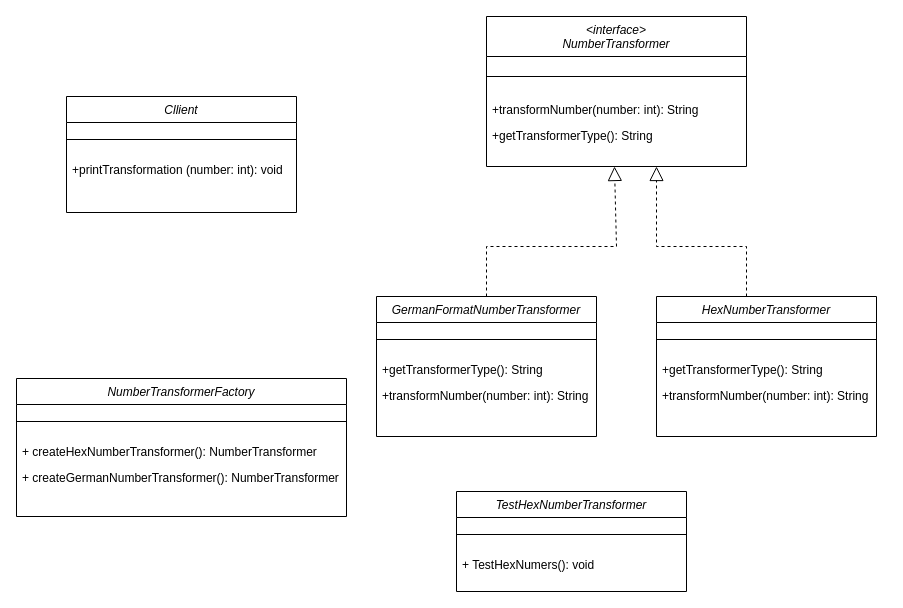
The draw.io diagram Uebung1/UML_Uebung1.drawio in Software-Engineering-Team-HBRS/uebungsaufgaben, before the edit. Source tidied: cells renumbered, new cells numbered last; positions are measured from the earlier drawing's top-left corner, leaving out a move shared by most shapes. Both pictures are drawn from the tidied source at 100%, with x=0, y=0 at pixel (16, 16).
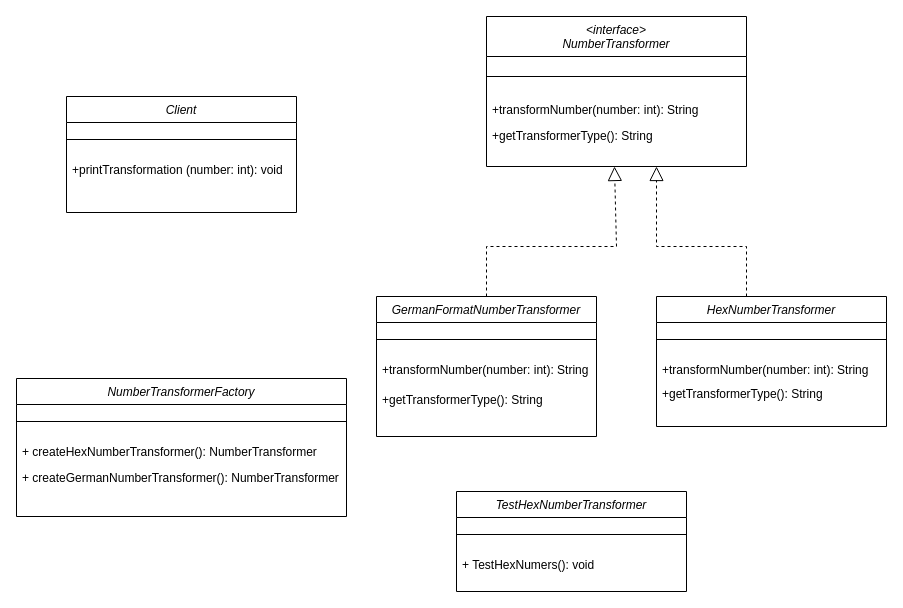
After the change.

Unchanged cells that the change refers to:
```xml
<mxCell id="13" value="GermanFormatNumberTransformer" style="swimlane;fontStyle=2;align=center;verticalAlign=top;horizontal=1;startSize=26;rounded=0;shadow=0;strokeWidth=1;" parent="1" vertex="1">
  <mxGeometry x="360" y="280" width="220" height="140" as="geometry" />
</mxCell>
```

Diff of the diagram source:
```diff
@@
-    <mxCell id="2" value="Cllient" style="swimlane;fontStyle=2;align=center;verticalAlign=top;horizontal=1;startSize=26;rounded=0;shadow=0;strokeWidth=1;" parent="1" vertex="1">
+    <mxCell id="2" value="Client" style="swimlane;fontStyle=2;align=center;verticalAlign=top;horizontal=1;startSize=26;rounded=0;shadow=0;strokeWidth=1;" parent="1" vertex="1">
       <mxGeometry x="50" y="80" width="230" height="116" as="geometry" />
     </mxCell>
@@
+    <mxCell id="16" value="+transformNumber(number: int): String" style="text;align=left;verticalAlign=top;spacingLeft=4;spacingRight=4;overflow=hidden;" parent="13" vertex="1">
+      <mxGeometry y="60" width="220" height="30" as="geometry" />
+    </mxCell>
     <mxCell id="15" value="+getTransformerType(): String" style="text;align=left;verticalAlign=top;spacingLeft=4;spacingRight=4;overflow=hidden;" parent="13" vertex="1">
-      <mxGeometry y="60" width="220" height="26" as="geometry" />
+      <mxGeometry y="90" width="220" height="26" as="geometry" />
     </mxCell>
-    <mxCell id="16" value="+transformNumber(number: int): String" style="text;align=left;verticalAlign=top;spacingLeft=4;spacingRight=4;overflow=hidden;" parent="13" vertex="1">
-      <mxGeometry y="86" width="220" height="44" as="geometry" />
-    </mxCell>
     <mxCell id="17" value="HexNumberTransformer" style="swimlane;fontStyle=2;align=center;verticalAlign=top;horizontal=1;startSize=26;rounded=0;shadow=0;strokeWidth=1;" parent="1" vertex="1">
-      <mxGeometry x="640" y="280" width="220" height="140" as="geometry" />
+      <mxGeometry x="640" y="280" width="230" height="130" as="geometry" />
     </mxCell>
     <mxCell id="18" style="line;html=1;strokeWidth=1;align=left;verticalAlign=middle;spacingTop=-1;spacingLeft=3;spacingRight=3;labelPosition=right;" parent="17" vertex="1">
-      <mxGeometry y="26" width="220" height="34" as="geometry" />
+      <mxGeometry y="26" width="230" height="34" as="geometry" />
     </mxCell>
+    <mxCell id="20" value="+transformNumber(number: int): String" style="text;align=left;verticalAlign=top;spacingLeft=4;spacingRight=4;overflow=hidden;" parent="17" vertex="1">
+      <mxGeometry y="60" width="230" height="24" as="geometry" />
+    </mxCell>
     <mxCell id="19" value="+getTransformerType(): String" style="text;align=left;verticalAlign=top;spacingLeft=4;spacingRight=4;overflow=hidden;" parent="17" vertex="1">
-      <mxGeometry y="60" width="220" height="26" as="geometry" />
+      <mxGeometry y="84" width="230" height="26" as="geometry" />
     </mxCell>
-    <mxCell id="20" value="+transformNumber(number: int): String" style="text;align=left;verticalAlign=top;spacingLeft=4;spacingRight=4;overflow=hidden;" parent="17" vertex="1">
-      <mxGeometry y="86" width="220" height="44" as="geometry" />
-    </mxCell>
```
